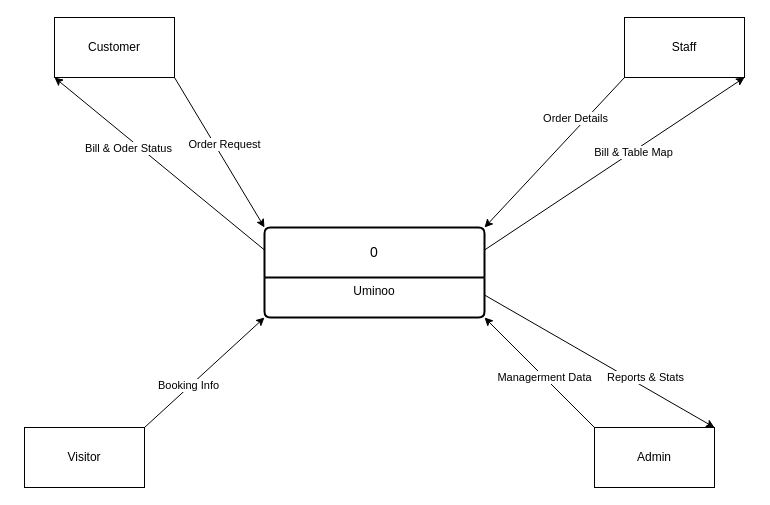
BeeBeBong/E-MENU keeps this draw.io diagram as Biểu đồ không có tiêu đề.drawio. Above is the earlier version. Source tidied: cells renumbered, new cells numbered last; positions are measured from the earlier drawing's top-left corner, leaving out a move shared by most shapes. Both pictures are drawn from the tidied source at 100%, with x=0, y=0 at pixel (24, 17).
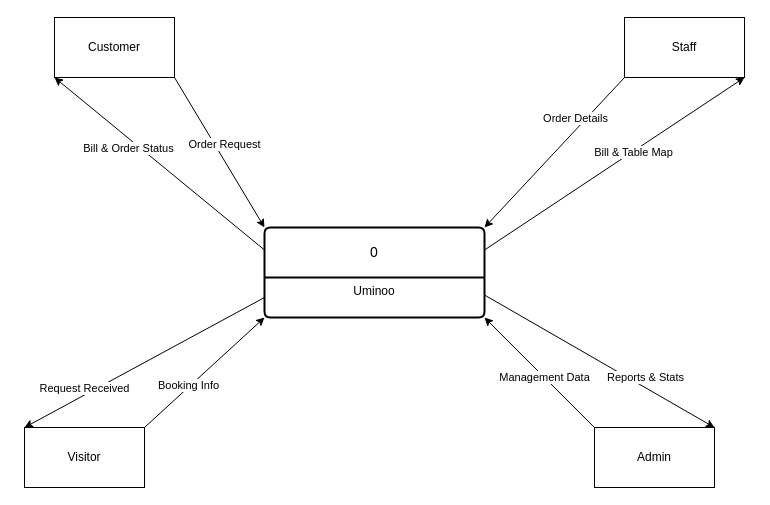
The same page after the edit.

Commit message:
Cập nhật Biểu đồ không có tiêu đề.drawio

Unchanged cells that the change refers to:
```xml
<mxCell id="5" value="Visitor" style="rounded=0;whiteSpace=wrap;html=1;" parent="1" vertex="1">
  <mxGeometry y="410" width="120" height="60" as="geometry" />
</mxCell>
<mxCell id="6" style="endArrow=classic;html=1;rounded=0;exitX=0;exitY=0;exitDx=0;exitDy=0;entryX=1;entryY=1;entryDx=0;entryDy=0;" parent="1" edge="1" source="4" target="20">
  <mxGeometry relative="1" as="geometry" />
</mxCell>
<mxCell id="14" style="endArrow=classic;html=1;rounded=0;exitX=0;exitY=0.25;exitDx=0;exitDy=0;entryX=0;entryY=1;entryDx=0;entryDy=0;" parent="1" edge="1" source="20" target="2">
  <mxGeometry relative="1" as="geometry" />
</mxCell>
<mxCell id="21" value="Uminoo" style="align=center;strokeColor=none;fillColor=none;spacingLeft=4;spacingRight=4;fontSize=12;verticalAlign=top;html=1;whiteSpace=wrap;" parent="20" vertex="1">
  <mxGeometry y="50" width="220" height="40" as="geometry" />
</mxCell>
```

The edit, as a diff of the source:
```diff
@@
-    <mxCell id="7" value="Managerment Data" style="edgeLabel;html=1;align=center;verticalAlign=middle;" parent="6" vertex="1">
+    <mxCell id="7" value="Management Data" style="edgeLabel;html=1;align=center;verticalAlign=middle;" parent="6" vertex="1">
       <mxGeometry x="-0.15" y="2" relative="1" as="geometry">
         <mxPoint x="-2" y="-5" as="offset" />
       </mxGeometry>
     </mxCell>
@@
-    <mxCell id="10" style="endArrow=classic;html=1;rounded=0;exitX=1;exitY=0;exitDx=0;exitDy=0;entryX=0;entryY=1;entryDx=0;entryDy=0;" parent="1" edge="1" source="5" target="21">
+    <mxCell id="10" style="endArrow=classic;html=1;rounded=0;exitX=0;exitY=0.5;exitDx=0;exitDy=0;entryX=0;entryY=0;entryDx=0;entryDy=0;" parent="1" edge="1" source="21" target="5">
       <mxGeometry relative="1" as="geometry" />
     </mxCell>
-    <mxCell id="11" value="Booking Info" style="edgeLabel;html=1;align=center;verticalAlign=middle;" parent="10" vertex="1">
-      <mxGeometry x="-0.25" y="2" relative="1" as="geometry" />
+    <mxCell id="11" value="Request Received" style="edgeLabel;html=1;align=center;verticalAlign=middle;" parent="10" vertex="1">
+      <mxGeometry x="-0.25" y="2" relative="1" as="geometry">
+        <mxPoint x="-92" y="40" as="offset" />
+      </mxGeometry>
     </mxCell>
@@
-    <mxCell id="15" value="Bill &amp;amp; Oder Status" style="edgeLabel;html=1;align=center;verticalAlign=middle;" parent="14" vertex="1">
+    <mxCell id="15" value="Bill &amp;amp; Order Status" style="edgeLabel;html=1;align=center;verticalAlign=middle;" parent="14" vertex="1">
       <mxGeometry x="0.36" relative="1" as="geometry">
         <mxPoint x="6" y="15" as="offset" />
       </mxGeometry>
     </mxCell>
@@
+    <mxCell id="22" style="endArrow=classic;html=1;rounded=0;exitX=1;exitY=0;exitDx=0;exitDy=0;entryX=0;entryY=1;entryDx=0;entryDy=0;" parent="1" edge="1" source="5" target="21">
+      <mxGeometry relative="1" as="geometry" />
+    </mxCell>
+    <mxCell id="23" value="Booking Info" style="edgeLabel;html=1;align=center;verticalAlign=middle;" parent="22" vertex="1">
+      <mxGeometry x="-0.25" y="2" relative="1" as="geometry" />
+    </mxCell>
```
